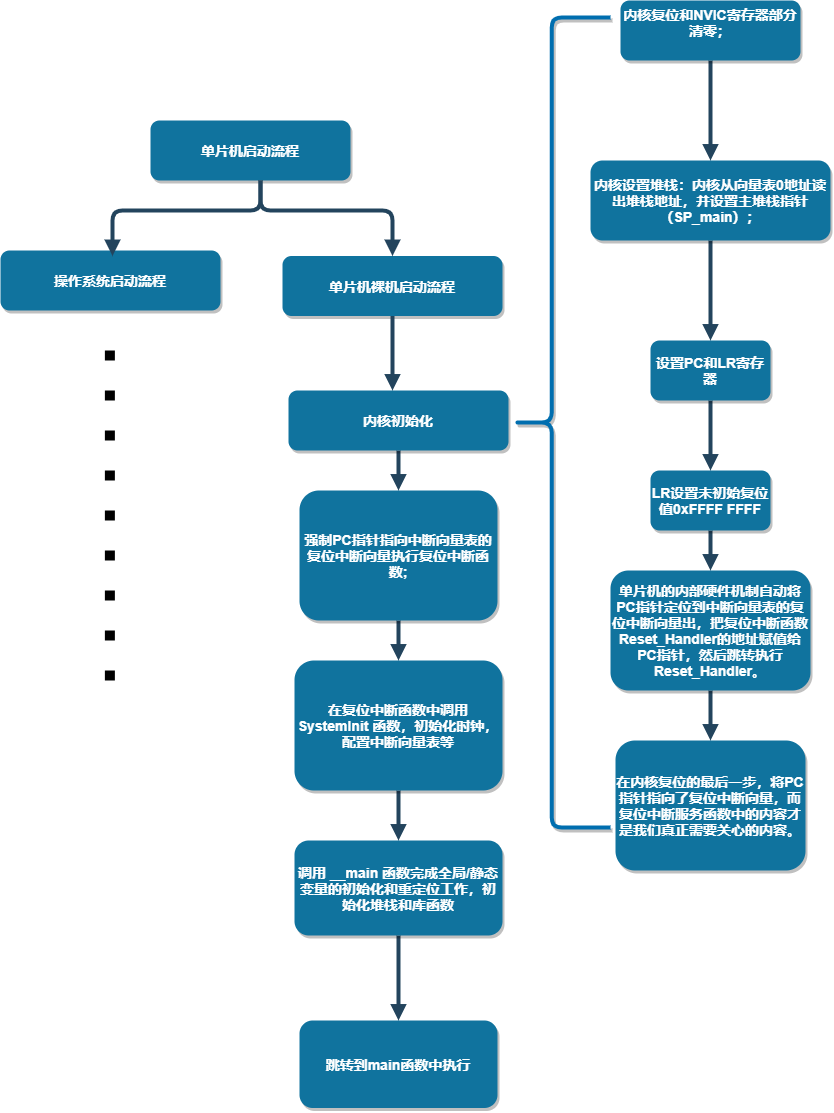
Before: 启动流程.png, a diagram exported from draw.io (chenxi123-byte/51-Single-chip). Source tidied: cells renumbered, new cells last; positions are measured from the earlier drawing's top-left corner, leaving out a move shared by most shapes.
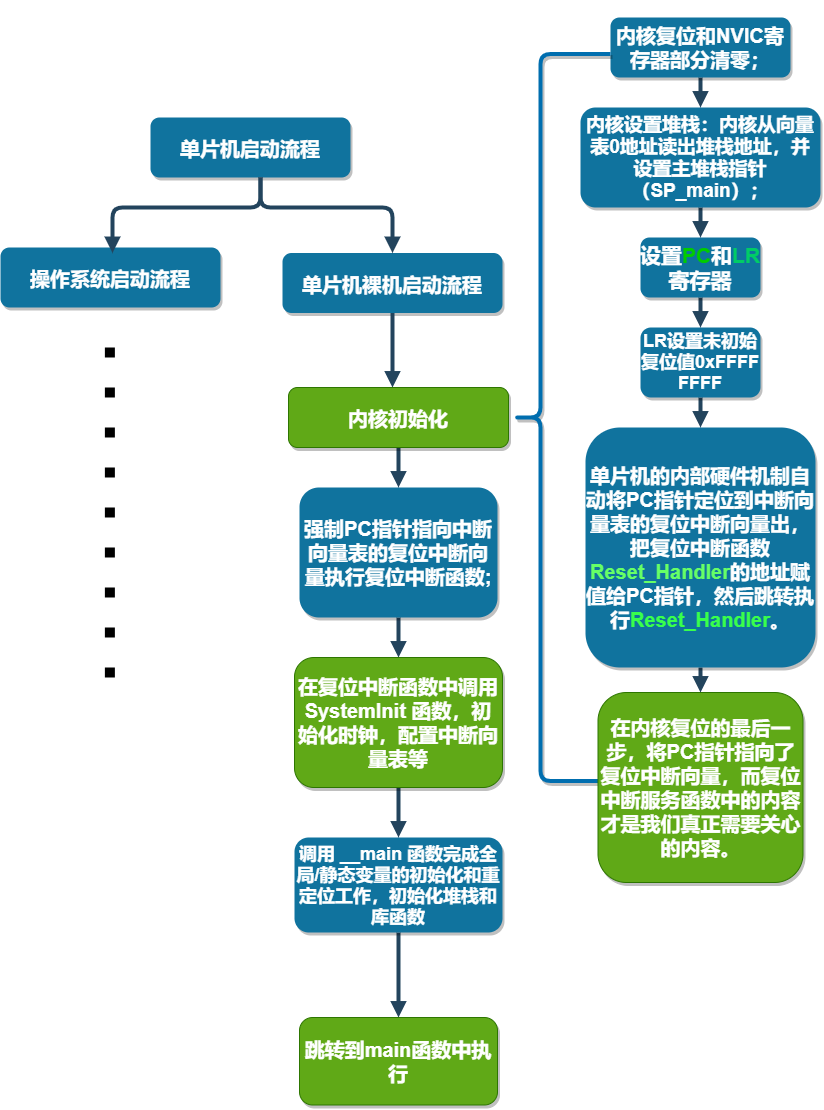
The same diagram one commit later.

Diff of the diagram source:
```diff
@@ -2,10 +2,10 @@
   <root>
     <mxCell id="0" />
     <mxCell id="1" parent="0" />
-    <mxCell id="2" value="单片机启动流程" style="rounded=1;fillColor=#10739E;strokeColor=none;shadow=1;gradientColor=none;fontStyle=1;fontColor=#FFFFFF;fontSize=14;" parent="1" vertex="1">
+    <mxCell id="2" value="单片机启动流程" style="rounded=1;fillColor=#10739E;strokeColor=none;shadow=1;gradientColor=none;fontStyle=1;fontColor=#FFFFFF;fontSize=20;" parent="1" vertex="1">
       <mxGeometry x="150" y="120" width="200" height="60" as="geometry" />
     </mxCell>
-    <mxCell id="3" value="单片机裸机启动流程" style="rounded=1;fillColor=#10739E;strokeColor=none;shadow=1;gradientColor=none;fontStyle=1;fontColor=#FFFFFF;fontSize=14;" parent="1" vertex="1">
+    <mxCell id="3" value="单片机裸机启动流程" style="rounded=1;fillColor=#10739E;strokeColor=none;shadow=1;gradientColor=none;fontStyle=1;fontColor=#FFFFFF;fontSize=20;" parent="1" vertex="1">
       <mxGeometry x="282" y="255.5" width="220" height="60" as="geometry" />
     </mxCell>
     <mxCell id="4" style="edgeStyle=elbowEdgeStyle;elbow=vertical;strokeWidth=4;endArrow=block;endFill=1;fontStyle=1;strokeColor=#23445D;entryX=0.5;entryY=0;entryDx=0;entryDy=0;" parent="1" edge="1" source="2" target="3">
@@ -24,7 +24,7 @@
         </Array>
       </mxGeometry>
     </mxCell>
-    <mxCell id="6" value="操作系统启动流程" style="rounded=1;fillColor=#10739E;strokeColor=none;shadow=1;gradientColor=none;fontStyle=1;fontColor=#FFFFFF;fontSize=14;" parent="1" vertex="1">
+    <mxCell id="6" value="操作系统启动流程" style="rounded=1;fillColor=#10739E;strokeColor=none;shadow=1;gradientColor=none;fontStyle=1;fontColor=#FFFFFF;fontSize=20;" parent="1" vertex="1">
       <mxGeometry y="250" width="220" height="60" as="geometry" />
     </mxCell>
     <mxCell id="7" style="edgeStyle=elbowEdgeStyle;elbow=vertical;strokeWidth=4;endArrow=block;endFill=1;fontStyle=1;strokeColor=#23445D;" parent="1" edge="1" source="2">
@@ -43,64 +43,64 @@
     <mxCell id="8" style="edgeStyle=elbowEdgeStyle;shape=connector;rounded=1;jettySize=auto;elbow=vertical;html=1;labelBackgroundColor=default;fontFamily=Helvetica;fontSize=11;fontColor=default;endArrow=block;endFill=1;strokeColor=#23445D;strokeWidth=4;" parent="1" edge="1" source="9" target="23">
       <mxGeometry relative="1" as="geometry" />
     </mxCell>
-    <mxCell id="9" value="内核初始化" style="rounded=1;fillColor=#10739E;strokeColor=none;shadow=1;gradientColor=none;fontStyle=1;fontColor=#FFFFFF;fontSize=14;" parent="1" vertex="1">
+    <mxCell id="9" value="内核初始化" style="rounded=1;fillColor=#60a917;strokeColor=#2D7600;shadow=1;fontStyle=1;fontColor=#ffffff;fontSize=20;" parent="1" vertex="1">
       <mxGeometry x="288" y="390" width="220" height="60" as="geometry" />
     </mxCell>
     <mxCell id="10" style="edgeStyle=elbowEdgeStyle;shape=connector;rounded=1;jettySize=auto;elbow=vertical;html=1;labelBackgroundColor=default;fontFamily=Helvetica;fontSize=11;fontColor=default;endArrow=block;endFill=1;strokeColor=#23445D;strokeWidth=4;" parent="1" edge="1" source="11" target="13">
       <mxGeometry relative="1" as="geometry" />
     </mxCell>
-    <mxCell id="11" value="&lt;div&gt;内核复位和NVIC寄存器部分清零；&lt;/div&gt;&lt;div&gt;&lt;br&gt;&lt;/div&gt;" style="whiteSpace=wrap;html=1;fontSize=14;fillColor=#10739E;strokeColor=none;fontColor=#FFFFFF;rounded=1;shadow=1;gradientColor=none;fontStyle=1;" parent="1" vertex="1">
-      <mxGeometry x="620" width="180" height="60" as="geometry" />
+    <mxCell id="11" value="&lt;div style=&quot;font-size: 20px&quot;&gt;&lt;font style=&quot;font-size: 20px&quot;&gt;&lt;br&gt;&lt;/font&gt;&lt;/div&gt;&lt;div style=&quot;font-size: 20px&quot;&gt;&lt;font style=&quot;font-size: 20px&quot;&gt;内核复位和NVIC寄存器部分清零；&lt;/font&gt;&lt;/div&gt;&lt;div style=&quot;font-size: 20px&quot;&gt;&lt;br&gt;&lt;/div&gt;" style="whiteSpace=wrap;html=1;fontSize=14;fillColor=#10739E;strokeColor=none;fontColor=#FFFFFF;rounded=1;shadow=1;gradientColor=none;fontStyle=1;align=center;" parent="1" vertex="1">
+      <mxGeometry x="610" y="20" width="180" height="60" as="geometry" />
     </mxCell>
     <mxCell id="12" style="edgeStyle=elbowEdgeStyle;shape=connector;rounded=1;jettySize=auto;elbow=vertical;html=1;labelBackgroundColor=default;fontFamily=Helvetica;fontSize=11;fontColor=default;endArrow=block;endFill=1;strokeColor=#23445D;strokeWidth=4;" parent="1" edge="1" source="13" target="16">
       <mxGeometry relative="1" as="geometry" />
     </mxCell>
-    <mxCell id="13" value="内核设置堆栈：内核从向量表0地址读出堆栈地址，并设置主堆栈指针（SP_main）；" style="whiteSpace=wrap;html=1;fontSize=14;fillColor=#10739E;strokeColor=none;fontColor=#FFFFFF;rounded=1;shadow=1;gradientColor=none;fontStyle=1;" parent="1" vertex="1">
-      <mxGeometry x="590" y="160" width="240" height="80" as="geometry" />
+    <mxCell id="13" value="&lt;font style=&quot;font-size: 19px&quot;&gt;内核设置堆栈：内核从向量表0地址读出堆栈地址，并设置主堆栈指针（SP_main）；&lt;/font&gt;" style="whiteSpace=wrap;html=1;fontSize=14;fillColor=#10739E;strokeColor=none;fontColor=#FFFFFF;rounded=1;shadow=1;gradientColor=none;fontStyle=1;" parent="1" vertex="1">
+      <mxGeometry x="580" y="110" width="240" height="100" as="geometry" />
     </mxCell>
-    <mxCell id="14" style="shape=curlyBracket;whiteSpace=wrap;html=1;rounded=1;fontFamily=Helvetica;fontSize=11;size=0.4;strokeWidth=4;strokeColor=#006EAF;shadow=1;fillColor=#1ba1e2;fontColor=#ffffff;" parent="1" vertex="1">
-      <mxGeometry x="512" y="17" width="98" height="810" as="geometry" />
+    <mxCell id="14" style="shape=curlyBracket;whiteSpace=wrap;html=1;rounded=1;fontFamily=Helvetica;fontSize=11;size=0.2857142857142811;strokeWidth=4;strokeColor=#006EAF;shadow=1;fillColor=#1ba1e2;fontColor=#ffffff;" parent="1" vertex="1">
+      <mxGeometry x="512" y="56.5" width="98" height="727" as="geometry" />
     </mxCell>
     <mxCell id="15" style="edgeStyle=elbowEdgeStyle;shape=connector;rounded=1;jettySize=auto;elbow=vertical;html=1;labelBackgroundColor=default;fontFamily=Helvetica;fontSize=11;fontColor=default;endArrow=block;endFill=1;strokeColor=#23445D;strokeWidth=4;" parent="1" edge="1" source="16" target="18">
       <mxGeometry relative="1" as="geometry" />
     </mxCell>
-    <mxCell id="16" value="设置PC和LR寄存器" style="whiteSpace=wrap;html=1;fontSize=14;fillColor=#10739E;strokeColor=none;fontColor=#FFFFFF;rounded=1;shadow=1;gradientColor=none;fontStyle=1;" parent="1" vertex="1">
-      <mxGeometry x="650" y="340" width="120" height="60" as="geometry" />
+    <mxCell id="16" value="&lt;font style=&quot;font-size: 21px&quot;&gt;设置&lt;font color=&quot;#00cc00&quot; style=&quot;font-size: 21px&quot;&gt;PC&lt;/font&gt;和&lt;font color=&quot;#00cc66&quot; style=&quot;font-size: 21px&quot;&gt;LR&lt;/font&gt;寄存器&lt;/font&gt;" style="whiteSpace=wrap;html=1;fontSize=14;fillColor=#10739E;strokeColor=none;fontColor=#FFFFFF;rounded=1;shadow=1;gradientColor=none;fontStyle=1;" parent="1" vertex="1">
+      <mxGeometry x="640" y="240" width="120" height="60" as="geometry" />
     </mxCell>
     <mxCell id="17" style="edgeStyle=elbowEdgeStyle;shape=connector;rounded=1;jettySize=auto;elbow=vertical;html=1;labelBackgroundColor=default;fontFamily=Helvetica;fontSize=11;fontColor=default;endArrow=block;endFill=1;strokeColor=#23445D;strokeWidth=4;" parent="1" edge="1" source="18" target="20">
       <mxGeometry relative="1" as="geometry" />
     </mxCell>
-    <mxCell id="18" value="LR设置未初始复位值0xFFFF FFFF" style="whiteSpace=wrap;html=1;fontSize=14;fillColor=#10739E;strokeColor=none;fontColor=#FFFFFF;rounded=1;shadow=1;gradientColor=none;fontStyle=1;" parent="1" vertex="1">
-      <mxGeometry x="650" y="470" width="120" height="60" as="geometry" />
+    <mxCell id="18" value="&lt;font style=&quot;font-size: 18px&quot;&gt;LR设置未初始复位值0xFFFF FFFF&lt;/font&gt;" style="whiteSpace=wrap;html=1;fontSize=14;fillColor=#10739E;strokeColor=none;fontColor=#FFFFFF;rounded=1;shadow=1;gradientColor=none;fontStyle=1;" parent="1" vertex="1">
+      <mxGeometry x="640" y="330" width="120" height="70" as="geometry" />
     </mxCell>
     <mxCell id="19" style="edgeStyle=elbowEdgeStyle;shape=connector;rounded=1;jettySize=auto;elbow=vertical;html=1;labelBackgroundColor=default;fontFamily=Helvetica;fontSize=11;fontColor=default;endArrow=block;endFill=1;strokeColor=#23445D;strokeWidth=4;" parent="1" edge="1" source="20" target="21">
       <mxGeometry relative="1" as="geometry" />
     </mxCell>
-    <mxCell id="20" value="单片机的内部硬件机制自动将PC指针定位到中断向量表的复位中断向量出，把复位中断函数Reset_Handler的地址赋值给PC指针，然后跳转执行Reset_Handler。" style="whiteSpace=wrap;html=1;fontSize=14;fillColor=#10739E;strokeColor=none;fontColor=#FFFFFF;rounded=1;shadow=1;gradientColor=none;fontStyle=1;" parent="1" vertex="1">
-      <mxGeometry x="610" y="570" width="200" height="120" as="geometry" />
+    <mxCell id="20" value="&lt;font style=&quot;font-size: 20px&quot;&gt;单片机的内部硬件机制自动将PC指针定位到中断向量表的复位中断向量出，把复位中断函数&lt;font color=&quot;#66ff66&quot; style=&quot;font-size: 20px&quot;&gt;Reset_Handler&lt;/font&gt;的地址赋值给PC指针，然后跳转执行&lt;font color=&quot;#38ff4c&quot; style=&quot;font-size: 20px&quot;&gt;Reset_Handler&lt;/font&gt;。&lt;/font&gt;" style="whiteSpace=wrap;html=1;fontSize=14;fillColor=#10739E;strokeColor=none;fontColor=#FFFFFF;rounded=1;shadow=1;gradientColor=none;fontStyle=1;" parent="1" vertex="1">
+      <mxGeometry x="585" y="430" width="230" height="240" as="geometry" />
     </mxCell>
-    <mxCell id="21" value="在内核复位的最后一步，将PC指针指向了复位中断向量，而复位中断服务函数中的内容才是我们真正需要关心的内容。" style="whiteSpace=wrap;html=1;fontSize=14;fillColor=#10739E;strokeColor=none;fontColor=#FFFFFF;rounded=1;shadow=1;gradientColor=none;fontStyle=1;" parent="1" vertex="1">
-      <mxGeometry x="615" y="740" width="190" height="130" as="geometry" />
+    <mxCell id="21" value="&lt;font style=&quot;font-size: 20px&quot;&gt;在内核复位的最后一步，将PC指针指向了复位中断向量，而复位中断服务函数中的内容才是我们真正需要关心的内容。&lt;/font&gt;" style="whiteSpace=wrap;html=1;fontSize=14;fillColor=#60a917;strokeColor=#2D7600;fontColor=#ffffff;rounded=1;shadow=1;fontStyle=1;" parent="1" vertex="1">
+      <mxGeometry x="597.5" y="695" width="205" height="190" as="geometry" />
     </mxCell>
     <mxCell id="22" style="edgeStyle=elbowEdgeStyle;shape=connector;rounded=1;jettySize=auto;elbow=vertical;html=1;labelBackgroundColor=default;fontFamily=Helvetica;fontSize=11;fontColor=default;endArrow=block;endFill=1;strokeColor=#23445D;strokeWidth=4;" parent="1" edge="1" source="23" target="25">
       <mxGeometry relative="1" as="geometry" />
     </mxCell>
-    <mxCell id="23" value="强制PC指针指向中断向量表的复位中断向量执行复位中断函数;" style="whiteSpace=wrap;html=1;fontSize=14;fillColor=#10739E;strokeColor=none;fontColor=#FFFFFF;rounded=1;shadow=1;gradientColor=none;fontStyle=1;" parent="1" vertex="1">
+    <mxCell id="23" value="&lt;font style=&quot;font-size: 20px&quot;&gt;强制PC指针指向中断向量表的复位中断向量执行复位中断函数;&lt;/font&gt;" style="whiteSpace=wrap;html=1;fontSize=14;fillColor=#10739E;strokeColor=none;fontColor=#FFFFFF;rounded=1;shadow=1;gradientColor=none;fontStyle=1;" parent="1" vertex="1">
       <mxGeometry x="299" y="490" width="198" height="130" as="geometry" />
     </mxCell>
     <mxCell id="24" style="edgeStyle=elbowEdgeStyle;shape=connector;rounded=1;jettySize=auto;elbow=vertical;html=1;labelBackgroundColor=default;fontFamily=Helvetica;fontSize=11;fontColor=default;endArrow=block;endFill=1;strokeColor=#23445D;strokeWidth=4;" parent="1" edge="1" source="25" target="27">
       <mxGeometry relative="1" as="geometry" />
     </mxCell>
-    <mxCell id="25" value="在复位中断函数中调用 SystemInit 函数，初始化时钟，配置中断向量表等" style="whiteSpace=wrap;html=1;fontSize=14;fillColor=#10739E;strokeColor=none;fontColor=#FFFFFF;rounded=1;shadow=1;gradientColor=none;fontStyle=1;" parent="1" vertex="1">
+    <mxCell id="25" value="&lt;font style=&quot;font-size: 20px&quot;&gt;在复位中断函数中调用 SystemInit 函数，初始化时钟，配置中断向量表等&lt;/font&gt;" style="whiteSpace=wrap;html=1;fontSize=14;fillColor=#60a917;strokeColor=#2D7600;fontColor=#ffffff;rounded=1;shadow=1;fontStyle=1;" parent="1" vertex="1">
       <mxGeometry x="294" y="660" width="208" height="130" as="geometry" />
     </mxCell>
     <mxCell id="26" style="edgeStyle=elbowEdgeStyle;shape=connector;rounded=1;jettySize=auto;elbow=vertical;html=1;labelBackgroundColor=default;fontFamily=Helvetica;fontSize=11;fontColor=default;endArrow=block;endFill=1;strokeColor=#23445D;strokeWidth=4;" parent="1" edge="1" source="27" target="28">
       <mxGeometry relative="1" as="geometry" />
     </mxCell>
-    <mxCell id="27" value="调用 __main 函数完成全局/静态变量的初始化和重定位工作，初始化堆栈和库函数" style="whiteSpace=wrap;html=1;fontSize=14;fillColor=#10739E;strokeColor=none;fontColor=#FFFFFF;rounded=1;shadow=1;gradientColor=none;fontStyle=1;" parent="1" vertex="1">
+    <mxCell id="27" value="&lt;font style=&quot;font-size: 18px&quot;&gt;调用 __main 函数完成全局/静态变量的初始化和重定位工作，初始化堆栈和库函数&lt;/font&gt;" style="whiteSpace=wrap;html=1;fontSize=14;fillColor=#10739E;strokeColor=none;fontColor=#FFFFFF;rounded=1;shadow=1;gradientColor=none;fontStyle=1;" parent="1" vertex="1">
       <mxGeometry x="294" y="840" width="208" height="95" as="geometry" />
     </mxCell>
-    <mxCell id="28" value="跳转到main函数中执行" style="whiteSpace=wrap;html=1;fontSize=14;fillColor=#10739E;strokeColor=none;fontColor=#FFFFFF;rounded=1;shadow=1;gradientColor=none;fontStyle=1;" parent="1" vertex="1">
+    <mxCell id="28" value="&lt;font style=&quot;font-size: 20px&quot;&gt;跳转到main函数中执行&lt;/font&gt;" style="whiteSpace=wrap;html=1;fontSize=14;fillColor=#60a917;strokeColor=#2D7600;fontColor=#ffffff;rounded=1;shadow=1;fontStyle=1;" parent="1" vertex="1">
       <mxGeometry x="299" y="1020" width="198" height="87.5" as="geometry" />
     </mxCell>
     <mxCell id="29" style="endArrow=none;dashed=1;html=1;dashPattern=1 3;strokeWidth=10;rounded=1;labelBackgroundColor=default;fontFamily=Helvetica;fontSize=100;fontColor=default;shape=connector;elbow=vertical;" parent="1" edge="1">
```
